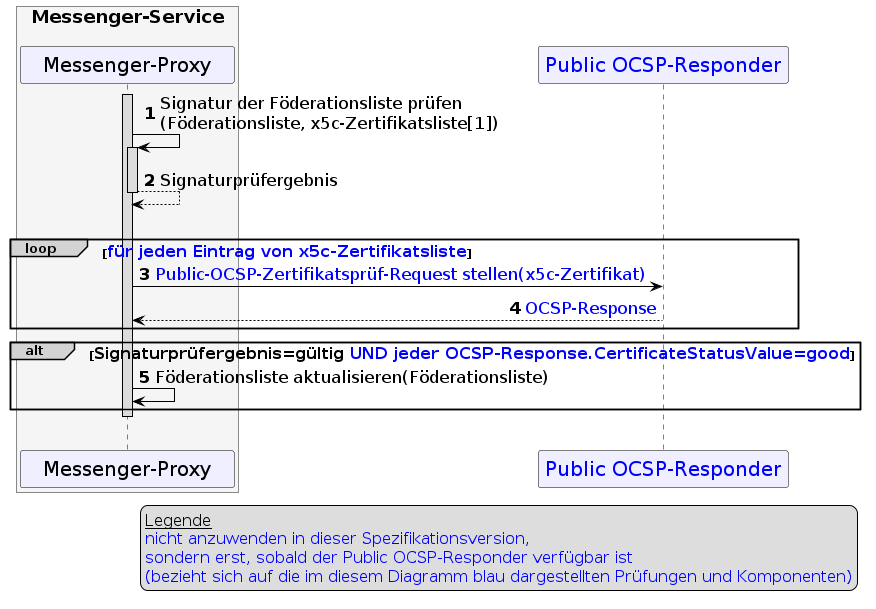
This is images/diagrams/TI-Messenger-Dienst/Ressourcen/UC_Update_Federationlist_SignCheck.png from gematik/api-ti-messenger, a PlantUML export, as it was before one commit.
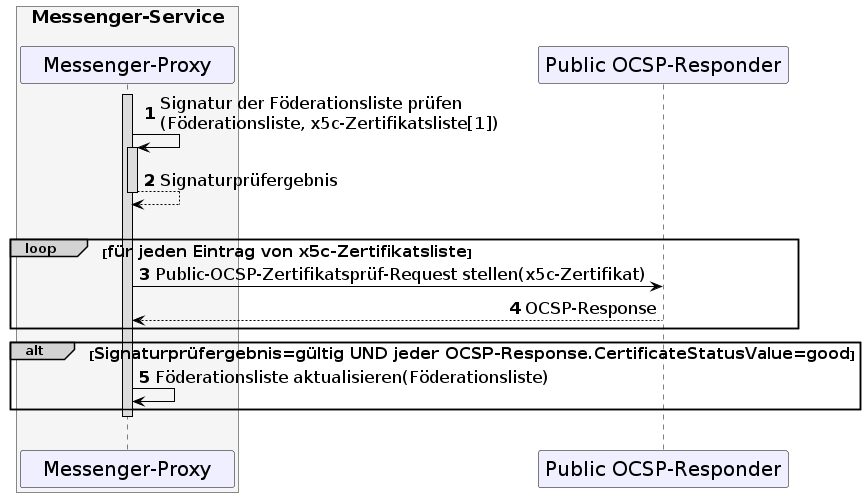
After the change.

Diff of the diagram source:
```diff
@@ -8,7 +8,6 @@
 skinparam sequence {
 ArrowColor black
 ArrowFontSize 17
-ActorBorderColor black
 LifeLineBorderColor black
 LifeLineBackgroundColor Gainsboro
 
@@ -19,9 +18,6 @@
 ParticipantBorderColor Black
 ParticipantBackgroundColor MOTIVATION
 
-ActorBackgroundColor Gainsboro
-ActorFontColor black
-ActorFontSize 20
 }
 
 autonumber
@@ -29,24 +25,17 @@
 box <size:18>Messenger-Service\n #WhiteSmoke
 participant MP as "Messenger-Proxy"
 end box
-participant OCSP as "<font color=blue>Public OCSP-Responder</font>"
-
-legend bottom right
-    <size:16>__Legende__</size>
-    <size:16><font color=blue>nicht anzuwenden in dieser Spezifikationsversion,</font></size>
-    <size:16><font color=blue>sondern erst, sobald der Public OCSP-Responder verfügbar ist</font></size>
-    <size:16><font color=blue>(bezieht sich auf die im diesem Diagramm blau dargestellten Prüfungen und Komponenten)</font></size>
-endlegend
+participant OCSP as "Public OCSP-Responder"
 
 activate MP
 MP->MP++: Signatur der Föderationsliste prüfen\n(Föderationsliste, x5c-Zertifikatsliste[1])
 return Signaturprüfergebnis
 |||
-loop#LightGrey <size:16><font color=blue>für jeden Eintrag von x5c-Zertifikatsliste</font></size>
-  MP->OCSP: <font color=blue>Public-OCSP-Zertifikatsprüf-Request stellen(x5c-Zertifikat)</font>
-  MP<--OCSP: <font color=blue>OCSP-Response</font>
+loop#LightGrey <size:16>für jeden Eintrag von x5c-Zertifikatsliste</size>
+  MP->OCSP: Public-OCSP-Zertifikatsprüf-Request stellen(x5c-Zertifikat)
+  MP<--OCSP: OCSP-Response
 end
-alt#LightGrey <size:16>Signaturprüfergebnis=gültig <font color=blue>UND jeder OCSP-Response.CertificateStatusValue=good</font></size>
+alt#LightGrey <size:16>Signaturprüfergebnis=gültig UND jeder OCSP-Response.CertificateStatusValue=good</size>
   MP->MP: Föderationsliste aktualisieren(Föderationsliste)
 end
 deactivate MP
```
